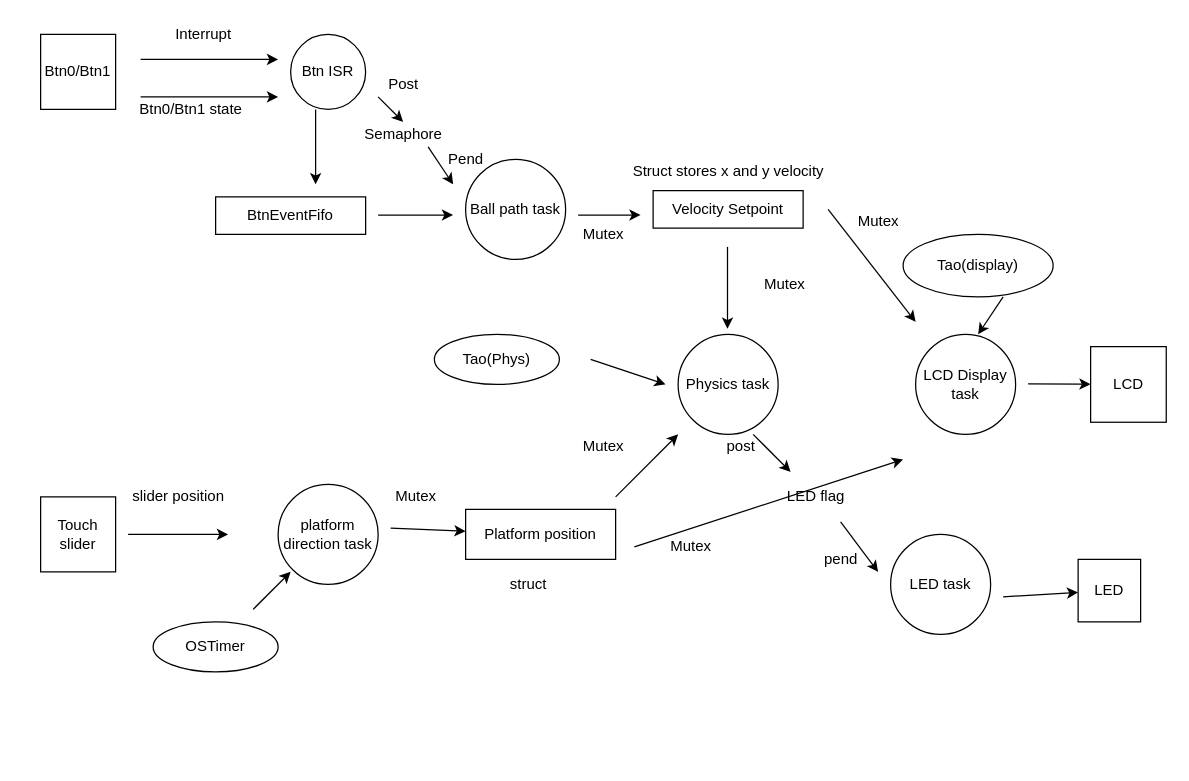
The draw.io diagram RTOS final project1.drawio.xml in Tao200121/Final-Project, before the edit. Source tidied: cells renumbered, new cells numbered last; positions are measured from the earlier drawing's top-left corner, leaving out a move shared by most shapes. Both pictures are drawn from the tidied source at 125%, with x=0, y=0 at pixel (40, 21).
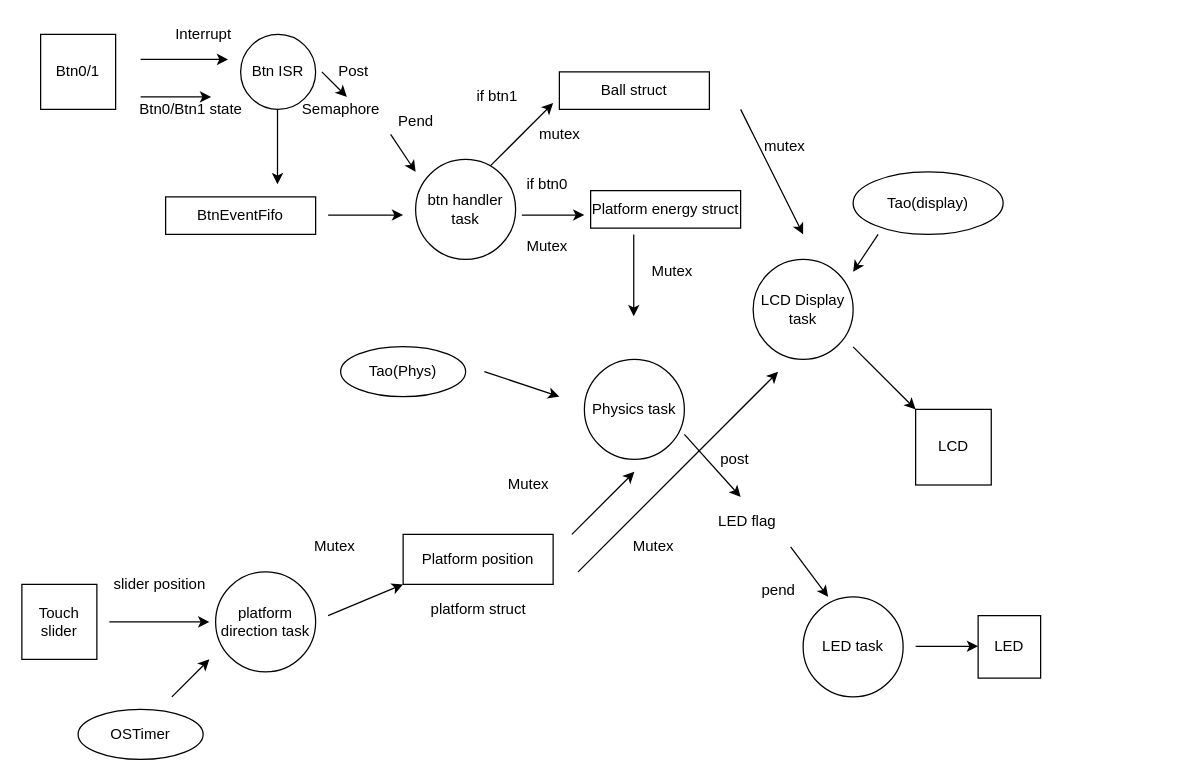
Above is the later version.

The change refers to these unchanged cells:
```xml
<mxCell id="7" value="Btn0/Btn1 state" style="text;html=1;align=center;verticalAlign=middle;points=[];strokeColor=none;fillColor=none;" parent="1" vertex="1">
  <mxGeometry x="70" y="60" width="100" height="20" as="geometry" />
</mxCell>
```

Diff of the diagram source:
```diff
@@
-    <mxCell id="2" value="Btn0/Btn1" style="whiteSpace=wrap;html=1;" parent="1" vertex="1">
+    <mxCell id="2" value="Btn0/1" style="whiteSpace=wrap;html=1;" parent="1" vertex="1">
       <mxGeometry y="10" width="60" height="60" as="geometry" />
     </mxCell>
     <mxCell id="3" value="Btn ISR" style="ellipse;whiteSpace=wrap;html=1;" parent="1" vertex="1">
-      <mxGeometry x="200" y="10" width="60" height="60" as="geometry" />
+      <mxGeometry x="160" y="10" width="60" height="60" as="geometry" />
     </mxCell>
     <mxCell id="4" style="endArrow=classic;html=1;rounded=0;" parent="1" edge="1">
       <mxGeometry relative="1" as="geometry">
         <mxPoint x="80" y="30" as="sourcePoint" />
-        <mxPoint x="190" y="30" as="targetPoint" />
+        <mxPoint x="150" y="30" as="targetPoint" />
       </mxGeometry>
     </mxCell>
@@
-    <mxCell id="6" style="endArrow=classic;html=1;rounded=0;" parent="1" edge="1">
+    <mxCell id="6" style="endArrow=classic;html=1;rounded=0;entryX=0.664;entryY=0;entryDx=0;entryDy=0;entryPerimeter=0;" parent="1" edge="1" target="7">
       <mxGeometry relative="1" as="geometry">
         <mxPoint x="80" y="60" as="sourcePoint" />
-        <mxPoint x="190" y="60" as="targetPoint" />
       </mxGeometry>
     </mxCell>
@@
-    <mxCell id="8" value="Ball path task" style="ellipse;whiteSpace=wrap;html=1;" parent="1" vertex="1">
-      <mxGeometry x="340" y="110" width="80" height="80" as="geometry" />
+    <mxCell id="8" value="btn handler task" style="ellipse;whiteSpace=wrap;html=1;" parent="1" vertex="1">
+      <mxGeometry x="300" y="110" width="80" height="80" as="geometry" />
     </mxCell>
     <mxCell id="9" style="endArrow=classic;html=1;rounded=0;" parent="1" edge="1">
       <mxGeometry relative="1" as="geometry">
-        <mxPoint x="270" y="60" as="sourcePoint" />
-        <mxPoint x="290" y="80" as="targetPoint" />
+        <mxPoint x="225" y="40" as="sourcePoint" />
+        <mxPoint x="245" y="60" as="targetPoint" />
       </mxGeometry>
     </mxCell>
     <mxCell id="10" value="Post" style="text;html=1;align=center;verticalAlign=middle;strokeColor=none;fillColor=none;" parent="1" vertex="1">
-      <mxGeometry x="270" y="40" width="40" height="20" as="geometry" />
+      <mxGeometry x="230" y="30" width="40" height="20" as="geometry" />
     </mxCell>
     <mxCell id="11" value="Semaphore" style="text;html=1;align=center;verticalAlign=middle;strokeColor=none;fillColor=none;" parent="1" vertex="1">
-      <mxGeometry x="250" y="80" width="80" height="20" as="geometry" />
+      <mxGeometry x="200" y="60" width="80" height="20" as="geometry" />
     </mxCell>
     <mxCell id="12" style="endArrow=classic;html=1;rounded=0;" parent="1" edge="1">
       <mxGeometry relative="1" as="geometry">
-        <mxPoint x="310" y="100" as="sourcePoint" />
-        <mxPoint x="330" y="130" as="targetPoint" />
+        <mxPoint x="280" y="90" as="sourcePoint" />
+        <mxPoint x="300" y="120" as="targetPoint" />
       </mxGeometry>
     </mxCell>
     <mxCell id="13" value="Pend" style="text;html=1;align=center;verticalAlign=middle;strokeColor=none;fillColor=none;" parent="1" vertex="1">
-      <mxGeometry x="320" y="100" width="40" height="20" as="geometry" />
+      <mxGeometry x="280" y="70" width="40" height="20" as="geometry" />
     </mxCell>
     <mxCell id="14" style="endArrow=classic;html=1;rounded=0;" parent="1" edge="1">
       <mxGeometry relative="1" as="geometry">
-        <mxPoint x="220" y="70" as="sourcePoint" />
-        <mxPoint x="220" y="130" as="targetPoint" />
+        <mxPoint x="189.5" y="70" as="sourcePoint" />
+        <mxPoint x="189.5" y="130" as="targetPoint" />
       </mxGeometry>
     </mxCell>
     <mxCell id="15" value="BtnEventFifo" style="rounded=0;whiteSpace=wrap;html=1;" parent="1" vertex="1">
-      <mxGeometry x="140" y="140" width="120" height="30" as="geometry" />
+      <mxGeometry x="100" y="140" width="120" height="30" as="geometry" />
     </mxCell>
     <mxCell id="16" style="endArrow=classic;html=1;rounded=0;" parent="1" edge="1">
       <mxGeometry relative="1" as="geometry">
-        <mxPoint x="270" y="154.5" as="sourcePoint" />
-        <mxPoint x="330" y="154.5" as="targetPoint" />
+        <mxPoint x="230" y="154.5" as="sourcePoint" />
+        <mxPoint x="290" y="154.5" as="targetPoint" />
       </mxGeometry>
     </mxCell>
-    <mxCell id="17" value="Velocity Setpoint" style="rounded=0;whiteSpace=wrap;html=1;" parent="1" vertex="1">
-      <mxGeometry x="490" y="135" width="120" height="30" as="geometry" />
+    <mxCell id="17" value="Platform energy struct" style="rounded=0;whiteSpace=wrap;html=1;" parent="1" vertex="1">
+      <mxGeometry x="440" y="135" width="120" height="30" as="geometry" />
     </mxCell>
-    <mxCell id="18" value="Struct stores x and y velocity" style="text;html=1;align=center;verticalAlign=middle;strokeColor=none;fillColor=none;" parent="1" vertex="1">
-      <mxGeometry x="465" y="110" width="170" height="20" as="geometry" />
-    </mxCell>
     <mxCell id="19" style="endArrow=classic;html=1;rounded=0;" parent="1" edge="1">
       <mxGeometry relative="1" as="geometry">
-        <mxPoint x="430" y="154.5" as="sourcePoint" />
-        <mxPoint x="480" y="154.5" as="targetPoint" />
+        <mxPoint x="385" y="154.5" as="sourcePoint" />
+        <mxPoint x="435" y="154.5" as="targetPoint" />
       </mxGeometry>
     </mxCell>
     <mxCell id="20" value="Mutex" style="text;html=1;align=center;verticalAlign=middle;strokeColor=none;fillColor=none;" parent="1" vertex="1">
-      <mxGeometry x="425" y="160" width="50" height="20" as="geometry" />
+      <mxGeometry x="380" y="170" width="50" height="20" as="geometry" />
     </mxCell>
     <mxCell id="21" value="Physics task" style="ellipse;whiteSpace=wrap;html=1;" parent="1" vertex="1">
-      <mxGeometry x="510" y="250" width="80" height="80" as="geometry" />
+      <mxGeometry x="435" y="270" width="80" height="80" as="geometry" />
     </mxCell>
     <mxCell id="22" style="endArrow=classic;html=1;rounded=0;" parent="1" edge="1">
       <mxGeometry relative="1" as="geometry">
-        <mxPoint x="549.5" y="180" as="sourcePoint" />
-        <mxPoint x="549.5" y="245.5" as="targetPoint" />
+        <mxPoint x="474.5" y="170" as="sourcePoint" />
+        <mxPoint x="474.5" y="235.5" as="targetPoint" />
       </mxGeometry>
     </mxCell>
     <mxCell id="23" value="Mutex" style="text;html=1;align=center;verticalAlign=middle;strokeColor=none;fillColor=none;" parent="1" vertex="1">
-      <mxGeometry x="570" y="200" width="50" height="20" as="geometry" />
+      <mxGeometry x="480" y="190" width="50" height="20" as="geometry" />
     </mxCell>
     <mxCell id="24" value="LCD Display task" style="ellipse;whiteSpace=wrap;html=1;" parent="1" vertex="1">
-      <mxGeometry x="700" y="250" width="80" height="80" as="geometry" />
+      <mxGeometry x="570" y="190" width="80" height="80" as="geometry" />
     </mxCell>
     <mxCell id="25" value="Tao(Phys)" style="ellipse;whiteSpace=wrap;html=1;" parent="1" vertex="1">
-      <mxGeometry x="315" y="250" width="100" height="40" as="geometry" />
+      <mxGeometry x="240" y="259.8" width="100" height="40" as="geometry" />
     </mxCell>
-    <mxCell id="26" style="endArrow=classic;html=1;rounded=0;" parent="1" edge="1" target="27">
-      <mxGeometry relative="1" as="geometry">
-        <mxPoint x="790" y="289.5" as="sourcePoint" />
-      </mxGeometry>
+    <mxCell id="26" style="endArrow=classic;html=1;rounded=0;exitX=1;exitY=0.875;exitDx=0;exitDy=0;exitPerimeter=0;" parent="1" edge="1" source="24" target="27">
+      <mxGeometry relative="1" as="geometry" />
     </mxCell>
     <mxCell id="27" value="LCD" style="whiteSpace=wrap;html=1;" parent="1" vertex="1">
-      <mxGeometry x="840" y="259.8" width="60.5" height="60.5" as="geometry" />
+      <mxGeometry x="700" y="310" width="60.5" height="60.5" as="geometry" />
     </mxCell>
     <mxCell id="28" value="Touch slider" style="whiteSpace=wrap;html=1;" parent="1" vertex="1">
-      <mxGeometry y="380" width="60" height="60" as="geometry" />
+      <mxGeometry x="-15" y="450" width="60" height="60" as="geometry" />
     </mxCell>
     <mxCell id="29" style="endArrow=classic;html=1;rounded=0;" parent="1" edge="1">
       <mxGeometry relative="1" as="geometry">
-        <mxPoint x="70" y="410" as="sourcePoint" />
-        <mxPoint x="150" y="410" as="targetPoint" />
+        <mxPoint x="55" y="480" as="sourcePoint" />
+        <mxPoint x="135" y="480" as="targetPoint" />
       </mxGeometry>
     </mxCell>
     <mxCell id="30" value="slider position" style="text;html=1;align=center;verticalAlign=middle;strokeColor=none;fillColor=none;" parent="1" vertex="1">
-      <mxGeometry x="65" y="370" width="90" height="20" as="geometry" />
+      <mxGeometry x="50" y="440" width="90" height="20" as="geometry" />
     </mxCell>
     <mxCell id="31" value="platform direction task" style="ellipse;whiteSpace=wrap;html=1;" parent="1" vertex="1">
-      <mxGeometry x="190" y="370" width="80" height="80" as="geometry" />
+      <mxGeometry x="140" y="440" width="80" height="80" as="geometry" />
     </mxCell>
-    <mxCell id="32" style="endArrow=classic;html=1;rounded=0;" parent="1" edge="1" target="33">
-      <mxGeometry relative="1" as="geometry">
-        <mxPoint x="280" y="405" as="sourcePoint" />
-      </mxGeometry>
-    </mxCell>
     <mxCell id="33" value="Platform position" style="rounded=0;whiteSpace=wrap;html=1;" parent="1" vertex="1">
-      <mxGeometry x="340" y="390" width="120" height="40" as="geometry" />
+      <mxGeometry x="290" y="410" width="120" height="40" as="geometry" />
     </mxCell>
-    <mxCell id="34" value="struct" style="text;html=1;align=center;verticalAlign=middle;strokeColor=none;fillColor=none;" parent="1" vertex="1">
-      <mxGeometry x="365" y="440" width="50" height="20" as="geometry" />
+    <mxCell id="34" value="platform struct" style="text;html=1;align=center;verticalAlign=middle;strokeColor=none;fillColor=none;" parent="1" vertex="1">
+      <mxGeometry x="305" y="460" width="90" height="20" as="geometry" />
     </mxCell>
     <mxCell id="35" style="endArrow=classic;html=1;rounded=0;" parent="1" edge="1">
       <mxGeometry relative="1" as="geometry">
-        <mxPoint x="460" y="380" as="sourcePoint" />
-        <mxPoint x="510" y="330" as="targetPoint" />
+        <mxPoint x="425" y="410" as="sourcePoint" />
+        <mxPoint x="475" y="360" as="targetPoint" />
       </mxGeometry>
     </mxCell>
     <mxCell id="36" value="Mutex" style="text;html=1;align=center;verticalAlign=middle;strokeColor=none;fillColor=none;" parent="1" vertex="1">
-      <mxGeometry x="275" y="370" width="50" height="20" as="geometry" />
+      <mxGeometry x="210" y="410" width="50" height="20" as="geometry" />
     </mxCell>
     <mxCell id="37" value="Mutex" style="text;html=1;align=center;verticalAlign=middle;strokeColor=none;fillColor=none;" parent="1" vertex="1">
-      <mxGeometry x="425" y="330" width="50" height="20" as="geometry" />
+      <mxGeometry x="365" y="360" width="50" height="20" as="geometry" />
     </mxCell>
     <mxCell id="38" value="OSTimer" style="ellipse;whiteSpace=wrap;html=1;" parent="1" vertex="1">
-      <mxGeometry x="90" y="480" width="100" height="40" as="geometry" />
+      <mxGeometry x="30" y="550" width="100" height="40" as="geometry" />
     </mxCell>
     <mxCell id="39" style="endArrow=classic;html=1;rounded=0;" parent="1" edge="1">
       <mxGeometry relative="1" as="geometry">
-        <mxPoint x="170" y="470" as="sourcePoint" />
-        <mxPoint x="200" y="440" as="targetPoint" />
+        <mxPoint x="105" y="540" as="sourcePoint" />
+        <mxPoint x="135" y="510" as="targetPoint" />
       </mxGeometry>
     </mxCell>
     <mxCell id="40" value="LED task" style="ellipse;whiteSpace=wrap;html=1;" parent="1" vertex="1">
-      <mxGeometry x="680" y="410" width="80" height="80" as="geometry" />
+      <mxGeometry x="610" y="460" width="80" height="80" as="geometry" />
     </mxCell>
     <mxCell id="41" style="endArrow=classic;html=1;rounded=0;" parent="1" edge="1">
       <mxGeometry relative="1" as="geometry">
-        <mxPoint x="570" y="330" as="sourcePoint" />
-        <mxPoint x="600" y="360" as="targetPoint" />
+        <mxPoint x="515" y="330" as="sourcePoint" />
+        <mxPoint x="560" y="380" as="targetPoint" />
       </mxGeometry>
     </mxCell>
     <mxCell id="42" value="LED flag" style="text;html=1;align=center;verticalAlign=middle;strokeColor=none;fillColor=none;" parent="1" vertex="1">
-      <mxGeometry x="590" y="370" width="60" height="20" as="geometry" />
+      <mxGeometry x="535" y="390" width="60" height="20" as="geometry" />
     </mxCell>
     <mxCell id="43" style="endArrow=classic;html=1;rounded=0;" parent="1" edge="1">
       <mxGeometry relative="1" as="geometry">
-        <mxPoint x="640" y="400" as="sourcePoint" />
-        <mxPoint x="670" y="440" as="targetPoint" />
+        <mxPoint x="600" y="420" as="sourcePoint" />
+        <mxPoint x="630" y="460" as="targetPoint" />
       </mxGeometry>
     </mxCell>
     <mxCell id="44" value="post" style="text;html=1;align=center;verticalAlign=middle;strokeColor=none;fillColor=none;" parent="1" vertex="1">
-      <mxGeometry x="540" y="330" width="40" height="20" as="geometry" />
+      <mxGeometry x="535" y="340" width="40" height="20" as="geometry" />
     </mxCell>
     <mxCell id="45" value="pend" style="text;html=1;align=center;verticalAlign=middle;strokeColor=none;fillColor=none;" parent="1" vertex="1">
-      <mxGeometry x="620" y="420" width="40" height="20" as="geometry" />
+      <mxGeometry x="570" y="445" width="40" height="20" as="geometry" />
     </mxCell>
-    <mxCell id="46" style="endArrow=classic;html=1;rounded=0;" parent="1" edge="1" target="47">
-      <mxGeometry relative="1" as="geometry">
-        <mxPoint x="770" y="460" as="sourcePoint" />
-      </mxGeometry>
-    </mxCell>
     <mxCell id="47" value="LED" style="whiteSpace=wrap;html=1;" parent="1" vertex="1">
-      <mxGeometry x="830" y="430" width="50" height="50" as="geometry" />
+      <mxGeometry x="750" y="475" width="50" height="50" as="geometry" />
     </mxCell>
     <mxCell id="48" value="Tao(display)" style="ellipse;whiteSpace=wrap;html=1;" parent="1" vertex="1">
-      <mxGeometry x="690" y="170" width="120" height="50" as="geometry" />
+      <mxGeometry x="650" y="120" width="120" height="50" as="geometry" />
     </mxCell>
     <mxCell id="49" style="endArrow=classic;html=1;rounded=0;" parent="1" edge="1">
       <mxGeometry relative="1" as="geometry">
-        <mxPoint x="770" y="220" as="sourcePoint" />
-        <mxPoint x="750" y="250" as="targetPoint" />
+        <mxPoint x="670" y="170" as="sourcePoint" />
+        <mxPoint x="650" y="200" as="targetPoint" />
       </mxGeometry>
     </mxCell>
     <mxCell id="50" style="endArrow=classic;html=1;rounded=0;" parent="1" edge="1">
       <mxGeometry relative="1" as="geometry">
-        <mxPoint x="440" y="270" as="sourcePoint" />
-        <mxPoint x="500" y="290" as="targetPoint" />
+        <mxPoint x="355" y="279.8" as="sourcePoint" />
+        <mxPoint x="415" y="299.8" as="targetPoint" />
       </mxGeometry>
     </mxCell>
-    <mxCell id="51" style="endArrow=classic;html=1;rounded=0;" parent="1" edge="1">
-      <mxGeometry relative="1" as="geometry">
-        <mxPoint x="630" y="150" as="sourcePoint" />
-        <mxPoint x="700" y="240" as="targetPoint" />
-      </mxGeometry>
-    </mxCell>
-    <mxCell id="52" value="Mutex" style="text;html=1;align=center;verticalAlign=middle;strokeColor=none;fillColor=none;" parent="1" vertex="1">
-      <mxGeometry x="645" y="150" width="50" height="20" as="geometry" />
-    </mxCell>
-    <mxCell id="53" style="endArrow=classic;html=1;rounded=0;" parent="1" edge="1">
-      <mxGeometry relative="1" as="geometry">
-        <mxPoint x="475" y="420" as="sourcePoint" />
-        <mxPoint x="690" y="350" as="targetPoint" />
-      </mxGeometry>
-    </mxCell>
-    <mxCell id="54" value="Mutex" style="text;html=1;align=center;verticalAlign=middle;strokeColor=none;fillColor=none;" parent="1" vertex="1">
-      <mxGeometry x="495" y="410" width="50" height="20" as="geometry" />
-    </mxCell>
+    <mxCell id="55" value="if btn0" style="text;html=1;align=center;verticalAlign=middle;strokeColor=none;fillColor=none;" parent="1" vertex="1">
+      <mxGeometry x="380" y="120" width="50" height="20" as="geometry" />
+    </mxCell>
+    <mxCell id="56" style="endArrow=classic;html=1;rounded=0;" parent="1" edge="1">
+      <mxGeometry relative="1" as="geometry">
+        <mxPoint x="360" y="115" as="sourcePoint" />
+        <mxPoint x="410" y="65" as="targetPoint" />
+      </mxGeometry>
+    </mxCell>
+    <mxCell id="57" value="if btn1" style="text;html=1;align=center;verticalAlign=middle;strokeColor=none;fillColor=none;" parent="1" vertex="1">
+      <mxGeometry x="340" y="50" width="50" height="20" as="geometry" />
+    </mxCell>
+    <mxCell id="58" value="mutex" style="text;html=1;align=center;verticalAlign=middle;strokeColor=none;fillColor=none;" parent="1" vertex="1">
+      <mxGeometry x="390" y="80" width="50" height="20" as="geometry" />
+    </mxCell>
+    <mxCell id="59" value="Ball struct" style="rounded=0;whiteSpace=wrap;html=1;" parent="1" vertex="1">
+      <mxGeometry x="415" y="40" width="120" height="30" as="geometry" />
+    </mxCell>
+    <mxCell id="60" style="endArrow=classic;html=1;rounded=0;" parent="1" edge="1">
+      <mxGeometry relative="1" as="geometry">
+        <mxPoint x="560" y="70" as="sourcePoint" />
+        <mxPoint x="610" y="170" as="targetPoint" />
+      </mxGeometry>
+    </mxCell>
+    <mxCell id="61" value="mutex" style="text;html=1;align=center;verticalAlign=middle;strokeColor=none;fillColor=none;" parent="1" vertex="1">
+      <mxGeometry x="570" y="90" width="50" height="20" as="geometry" />
+    </mxCell>
+    <mxCell id="62" style="endArrow=classic;html=1;rounded=0;" parent="1" edge="1">
+      <mxGeometry relative="1" as="geometry">
+        <mxPoint x="430" y="440" as="sourcePoint" />
+        <mxPoint x="590" y="280" as="targetPoint" />
+      </mxGeometry>
+    </mxCell>
+    <mxCell id="63" value="Mutex" style="text;html=1;align=center;verticalAlign=middle;strokeColor=none;fillColor=none;" parent="1" vertex="1">
+      <mxGeometry x="465" y="410" width="50" height="20" as="geometry" />
+    </mxCell>
+    <mxCell id="64" style="endArrow=classic;html=1;rounded=0;" parent="1" edge="1">
+      <mxGeometry relative="1" as="geometry">
+        <mxPoint x="230" y="475" as="sourcePoint" />
+        <mxPoint x="290" y="450" as="targetPoint" />
+      </mxGeometry>
+    </mxCell>
+    <mxCell id="65" style="endArrow=classic;html=1;rounded=0;" parent="1" edge="1">
+      <mxGeometry relative="1" as="geometry">
+        <mxPoint x="700" y="499.5" as="sourcePoint" />
+        <mxPoint x="750" y="499.5" as="targetPoint" />
+      </mxGeometry>
+    </mxCell>
```
